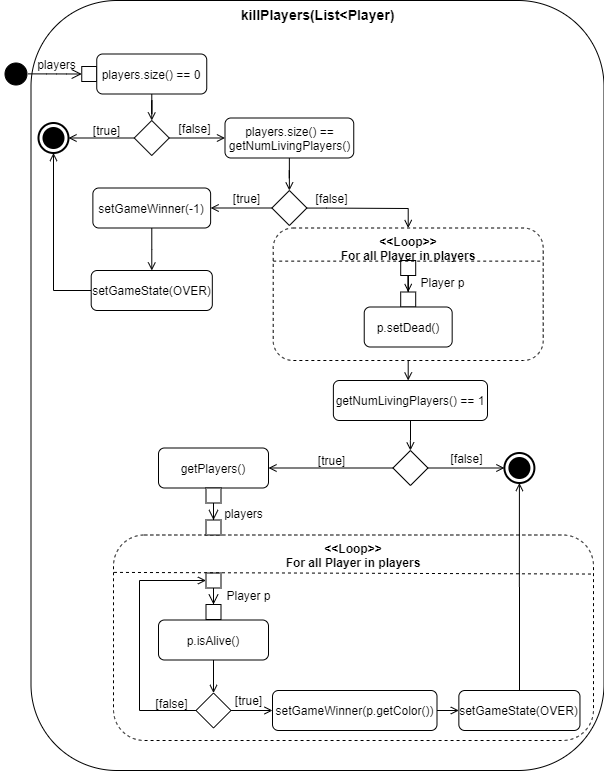
This is Doku/images/AD_killPlayers.png from KjellooMelloo/gameoftrons, a draw.io export, as it was before one commit. Source tidied: cells renumbered, new cells last; positions are measured from the earlier drawing's top-left corner, leaving out a move shared by most shapes. Its diagram source:
```xml
<mxGraphModel>
  <root>
    <mxCell id="0" />
    <mxCell id="1" parent="0" />
    <mxCell id="2" value="&lt;b&gt;&lt;font style=&quot;font-size: 14px&quot;&gt;killPlayers(List&amp;lt;Player)&lt;/font&gt;&lt;/b&gt;" style="rounded=1;whiteSpace=wrap;html=1;align=center;verticalAlign=top;" parent="1" vertex="1">
      <mxGeometry x="29.5" width="573" height="770" as="geometry" />
    </mxCell>
    <mxCell id="3" value="&lt;b&gt;&amp;lt;&amp;lt;Loop&amp;gt;&amp;gt;&lt;br&gt;For all Player in players&lt;br&gt;&lt;/b&gt;" style="shape=ext;rounded=1;html=1;whiteSpace=wrap;dashed=1;verticalAlign=top;align=center;" parent="1" vertex="1">
      <mxGeometry x="112" y="534.5" width="480" height="205.5" as="geometry" />
    </mxCell>
    <mxCell id="4" value="&lt;b&gt;&amp;lt;&amp;lt;Loop&amp;gt;&amp;gt;&lt;br&gt;For all Player in players&lt;br&gt;&lt;/b&gt;" style="shape=ext;rounded=1;html=1;whiteSpace=wrap;dashed=1;verticalAlign=top;align=center;" parent="1" vertex="1">
      <mxGeometry x="271.7" y="227.5" width="270" height="132.5" as="geometry" />
    </mxCell>
    <mxCell id="5" style="ellipse;html=1;shape=startState;fillColor=#000000;strokeColor=#000000;align=center;" parent="1" vertex="1">
      <mxGeometry x="-0.5" y="58.5" width="30" height="30" as="geometry" />
    </mxCell>
    <mxCell id="6" style="edgeStyle=orthogonalEdgeStyle;html=1;verticalAlign=bottom;endArrow=open;endSize=8;strokeColor=#000000;exitX=0.909;exitY=0.496;exitDx=0;exitDy=0;exitPerimeter=0;entryX=0;entryY=0.5;entryDx=0;entryDy=0;" parent="1" edge="1" source="5" target="7">
      <mxGeometry relative="1" as="geometry" />
    </mxCell>
    <mxCell id="7" style="rounded=0;whiteSpace=wrap;html=1;strokeColor=#000000;align=center;" parent="1" vertex="1">
      <mxGeometry x="80.3" y="66" width="15" height="15" as="geometry" />
    </mxCell>
    <mxCell id="8" value="players" style="text;html=1;align=center;verticalAlign=middle;" parent="1" vertex="1">
      <mxGeometry x="29.5" y="53.5" width="50" height="20" as="geometry" />
    </mxCell>
    <mxCell id="9" style="edgeStyle=orthogonalEdgeStyle;rounded=0;jettySize=auto;html=1;entryX=0.5;entryY=0;entryDx=0;entryDy=0;endArrow=open;endFill=0;" parent="1" edge="1" source="10" target="13">
      <mxGeometry relative="1" as="geometry" />
    </mxCell>
    <mxCell id="10" value="players.size() == 0" style="shape=rect;html=1;rounded=1;whiteSpace=wrap;align=center;" parent="1" vertex="1">
      <mxGeometry x="95.2" y="53.5" width="110" height="40" as="geometry" />
    </mxCell>
    <mxCell id="11" style="edgeStyle=orthogonalEdgeStyle;rounded=0;jettySize=auto;html=1;entryX=1;entryY=0.5;entryDx=0;entryDy=0;entryPerimeter=0;endArrow=open;endFill=0;" parent="1" edge="1" source="13" target="14">
      <mxGeometry relative="1" as="geometry" />
    </mxCell>
    <mxCell id="12" style="edgeStyle=orthogonalEdgeStyle;rounded=0;jettySize=auto;html=1;entryX=0;entryY=0.5;entryDx=0;entryDy=0;endArrow=open;endFill=0;" parent="1" edge="1" source="13" target="17">
      <mxGeometry relative="1" as="geometry" />
    </mxCell>
    <mxCell id="13" style="rhombus;whiteSpace=wrap;html=1;strokeColor=#000000;align=center;" parent="1" vertex="1">
      <mxGeometry x="132.8" y="120" width="35" height="35" as="geometry" />
    </mxCell>
    <mxCell id="14" style="html=1;shape=mxgraph.sysml.actFinal;strokeWidth=2;verticalLabelPosition=bottom;verticalAlignment=top;align=center;" parent="1" vertex="1">
      <mxGeometry x="37" y="122.5" width="30" height="30" as="geometry" />
    </mxCell>
    <mxCell id="15" value="[true]" style="text;html=1;align=center;verticalAlign=middle;" parent="1" vertex="1">
      <mxGeometry x="84.5" y="120" width="40" height="20" as="geometry" />
    </mxCell>
    <mxCell id="16" style="edgeStyle=orthogonalEdgeStyle;rounded=0;jettySize=auto;html=1;entryX=0.5;entryY=0;entryDx=0;entryDy=0;endArrow=open;endFill=0;" parent="1" edge="1" source="17" target="21">
      <mxGeometry relative="1" as="geometry" />
    </mxCell>
    <mxCell id="17" value="players.size() == getNumLivingPlayers()" style="shape=rect;html=1;rounded=1;whiteSpace=wrap;align=center;" parent="1" vertex="1">
      <mxGeometry x="223.5" y="117.5" width="128.8" height="40" as="geometry" />
    </mxCell>
    <mxCell id="18" value="[false]" style="text;html=1;align=center;verticalAlign=middle;" parent="1" vertex="1">
      <mxGeometry x="167.8" y="117.5" width="50" height="20" as="geometry" />
    </mxCell>
    <mxCell id="19" style="edgeStyle=orthogonalEdgeStyle;rounded=0;jettySize=auto;html=1;entryX=1;entryY=0.5;entryDx=0;entryDy=0;endArrow=open;endFill=0;" parent="1" edge="1" source="21" target="23">
      <mxGeometry relative="1" as="geometry" />
    </mxCell>
    <mxCell id="20" style="edgeStyle=orthogonalEdgeStyle;rounded=0;jettySize=auto;html=1;entryX=0.5;entryY=0;entryDx=0;entryDy=0;endArrow=open;endFill=0;" parent="1" edge="1" source="21" target="4">
      <mxGeometry relative="1" as="geometry">
        <Array as="points">
          <mxPoint x="325" y="208" />
          <mxPoint x="417" y="208" />
        </Array>
      </mxGeometry>
    </mxCell>
    <mxCell id="21" style="rhombus;whiteSpace=wrap;html=1;strokeColor=#000000;align=center;" parent="1" vertex="1">
      <mxGeometry x="270.4" y="190" width="35" height="35" as="geometry" />
    </mxCell>
    <mxCell id="22" style="edgeStyle=orthogonalEdgeStyle;rounded=0;jettySize=auto;html=1;endArrow=open;endFill=0;" parent="1" edge="1" source="23" target="25">
      <mxGeometry relative="1" as="geometry" />
    </mxCell>
    <mxCell id="23" value="setGameWinner(-1)" style="shape=rect;html=1;rounded=1;whiteSpace=wrap;align=center;" parent="1" vertex="1">
      <mxGeometry x="91.4" y="187.5" width="117.8" height="40" as="geometry" />
    </mxCell>
    <mxCell id="24" style="edgeStyle=orthogonalEdgeStyle;rounded=0;jettySize=auto;html=1;entryX=0.5;entryY=1;entryDx=0;entryDy=0;entryPerimeter=0;endArrow=open;endFill=0;" parent="1" edge="1" source="25" target="14">
      <mxGeometry relative="1" as="geometry" />
    </mxCell>
    <mxCell id="25" value="setGameState(OVER)" style="shape=rect;html=1;rounded=1;whiteSpace=wrap;align=center;" parent="1" vertex="1">
      <mxGeometry x="89.7" y="270" width="121.1" height="40" as="geometry" />
    </mxCell>
    <mxCell id="26" value="[true]" style="text;html=1;align=center;verticalAlign=middle;" parent="1" vertex="1">
      <mxGeometry x="224.5" y="187.5" width="40" height="20" as="geometry" />
    </mxCell>
    <mxCell id="27" value="[false]" style="text;html=1;align=center;verticalAlign=middle;" parent="1" vertex="1">
      <mxGeometry x="305.4" y="187.5" width="50" height="20" as="geometry" />
    </mxCell>
    <mxCell id="28" style="edgeStyle=orthogonalEdgeStyle;rounded=0;jettySize=auto;html=1;endArrow=open;endFill=0;" parent="1" edge="1" source="29" target="30">
      <mxGeometry relative="1" as="geometry" />
    </mxCell>
    <mxCell id="29" style="rounded=0;whiteSpace=wrap;html=1;strokeColor=#000000;align=center;" parent="1" vertex="1">
      <mxGeometry x="399.2" y="260" width="15" height="15" as="geometry" />
    </mxCell>
    <mxCell id="30" style="rounded=0;whiteSpace=wrap;html=1;strokeColor=#000000;align=center;" parent="1" vertex="1">
      <mxGeometry x="399.2" y="291.5" width="15" height="15" as="geometry" />
    </mxCell>
    <mxCell id="31" value="Player p" style="text;html=1;align=center;verticalAlign=middle;" parent="1" vertex="1">
      <mxGeometry x="411.3" y="271.5" width="60" height="20" as="geometry" />
    </mxCell>
    <mxCell id="32" style="edgeStyle=orthogonalEdgeStyle;rounded=0;jettySize=auto;html=1;endArrow=open;endFill=0;exitX=0.5;exitY=1;exitDx=0;exitDy=0;" parent="1" edge="1" source="4">
      <mxGeometry relative="1" as="geometry">
        <mxPoint x="406.7" y="380" as="targetPoint" />
      </mxGeometry>
    </mxCell>
    <mxCell id="33" value="p.setDead()" style="shape=rect;html=1;rounded=1;whiteSpace=wrap;align=center;" parent="1" vertex="1">
      <mxGeometry x="362.7" y="306.5" width="87.9" height="40" as="geometry" />
    </mxCell>
    <mxCell id="34" style="edgeStyle=orthogonalEdgeStyle;rounded=0;orthogonalLoop=1;jettySize=auto;html=1;exitX=0.5;exitY=1;exitDx=0;exitDy=0;endArrow=open;endFill=0;" parent="1" edge="1" source="17" target="17">
      <mxGeometry relative="1" as="geometry" />
    </mxCell>
    <mxCell id="35" style="edgeStyle=orthogonalEdgeStyle;rounded=0;jettySize=auto;html=1;entryX=0.5;entryY=0;entryDx=0;entryDy=0;endArrow=open;endFill=0;" parent="1" edge="1" source="36" target="38">
      <mxGeometry relative="1" as="geometry" />
    </mxCell>
    <mxCell id="36" value="getNumLivingPlayers() == 1" style="shape=rect;html=1;rounded=1;whiteSpace=wrap;align=center;" parent="1" vertex="1">
      <mxGeometry x="331.9" y="380" width="154.1" height="40" as="geometry" />
    </mxCell>
    <mxCell id="37" style="edgeStyle=orthogonalEdgeStyle;rounded=0;jettySize=auto;html=1;entryX=0;entryY=0.5;entryDx=0;entryDy=0;entryPerimeter=0;endArrow=open;endFill=0;" parent="1" edge="1" source="38" target="59">
      <mxGeometry relative="1" as="geometry" />
    </mxCell>
    <mxCell id="38" style="rhombus;whiteSpace=wrap;html=1;strokeColor=#000000;align=center;" parent="1" vertex="1">
      <mxGeometry x="391.4" y="450" width="35" height="35" as="geometry" />
    </mxCell>
    <mxCell id="39" style="edgeStyle=orthogonalEdgeStyle;rounded=0;jettySize=auto;html=1;entryX=1;entryY=0.5;entryDx=0;entryDy=0;endArrow=open;endFill=0;exitX=0;exitY=0.5;exitDx=0;exitDy=0;" parent="1" edge="1" source="38" target="45">
      <mxGeometry relative="1" as="geometry" />
    </mxCell>
    <mxCell id="40" style="edgeStyle=orthogonalEdgeStyle;rounded=0;jettySize=auto;html=1;endArrow=open;endFill=0;" parent="1" edge="1" source="41" target="43">
      <mxGeometry relative="1" as="geometry" />
    </mxCell>
    <mxCell id="41" value="setGameWinner(p.getColor())" style="shape=rect;html=1;rounded=1;whiteSpace=wrap;align=center;" parent="1" vertex="1">
      <mxGeometry x="271" y="690" width="164.5" height="40" as="geometry" />
    </mxCell>
    <mxCell id="42" style="edgeStyle=orthogonalEdgeStyle;rounded=0;jettySize=auto;html=1;entryX=0.5;entryY=1;entryDx=0;entryDy=0;entryPerimeter=0;endArrow=open;endFill=0;" parent="1" edge="1" source="43" target="59">
      <mxGeometry relative="1" as="geometry" />
    </mxCell>
    <mxCell id="43" value="setGameState(OVER)" style="shape=rect;html=1;rounded=1;whiteSpace=wrap;align=center;" parent="1" vertex="1">
      <mxGeometry x="457.4" y="690" width="121.1" height="40" as="geometry" />
    </mxCell>
    <mxCell id="44" value="[true]" style="text;html=1;align=center;verticalAlign=middle;" parent="1" vertex="1">
      <mxGeometry x="310.4" y="450" width="40" height="20" as="geometry" />
    </mxCell>
    <mxCell id="45" value="getPlayers()" style="shape=rect;html=1;rounded=1;whiteSpace=wrap;align=center;" parent="1" vertex="1">
      <mxGeometry x="157" y="447.5" width="110" height="40" as="geometry" />
    </mxCell>
    <mxCell id="46" style="edgeStyle=orthogonalEdgeStyle;rounded=0;jettySize=auto;html=1;entryX=0.5;entryY=0;entryDx=0;entryDy=0;endArrow=open;endFill=0;" parent="1" edge="1" source="47" target="58">
      <mxGeometry relative="1" as="geometry" />
    </mxCell>
    <mxCell id="47" value="p.isAlive()" style="shape=rect;html=1;rounded=1;whiteSpace=wrap;align=center;" parent="1" vertex="1">
      <mxGeometry x="157" y="619.5" width="110" height="40" as="geometry" />
    </mxCell>
    <mxCell id="48" style="edgeStyle=orthogonalEdgeStyle;rounded=0;jettySize=auto;html=1;endArrow=open;endFill=0;endSize=8;strokeColor=#000000;exitX=0.5;exitY=1;exitDx=0;exitDy=0;" parent="1" edge="1" source="49" target="50">
      <mxGeometry relative="1" as="geometry" />
    </mxCell>
    <mxCell id="49" style="rounded=0;whiteSpace=wrap;html=1;strokeColor=#000000;align=center;" parent="1" vertex="1">
      <mxGeometry x="204.5" y="487.5" width="15" height="15" as="geometry" />
    </mxCell>
    <mxCell id="50" style="rounded=0;whiteSpace=wrap;html=1;strokeColor=#000000;align=center;" parent="1" vertex="1">
      <mxGeometry x="204.5" y="519.5" width="15" height="15" as="geometry" />
    </mxCell>
    <mxCell id="51" value="players" style="text;html=1;align=center;verticalAlign=middle;" parent="1" vertex="1">
      <mxGeometry x="217" y="502.5" width="50" height="20" as="geometry" />
    </mxCell>
    <mxCell id="52" style="edgeStyle=orthogonalEdgeStyle;rounded=0;jettySize=auto;html=1;endArrow=open;endFill=0;endSize=8;strokeColor=#000000;" parent="1" edge="1" source="53" target="54">
      <mxGeometry relative="1" as="geometry" />
    </mxCell>
    <mxCell id="53" style="rounded=0;whiteSpace=wrap;html=1;strokeColor=#000000;align=center;" parent="1" vertex="1">
      <mxGeometry x="204.5" y="572.5" width="15" height="15" as="geometry" />
    </mxCell>
    <mxCell id="54" style="rounded=0;whiteSpace=wrap;html=1;strokeColor=#000000;align=center;" parent="1" vertex="1">
      <mxGeometry x="204.5" y="604" width="15" height="15" as="geometry" />
    </mxCell>
    <mxCell id="55" value="Player p" style="text;html=1;align=center;verticalAlign=middle;" parent="1" vertex="1">
      <mxGeometry x="217" y="585" width="60" height="20" as="geometry" />
    </mxCell>
    <mxCell id="56" style="edgeStyle=orthogonalEdgeStyle;rounded=0;jettySize=auto;html=1;entryX=0;entryY=0.5;entryDx=0;entryDy=0;endArrow=open;endFill=0;exitX=0;exitY=0.5;exitDx=0;exitDy=0;" parent="1" edge="1" source="58" target="53">
      <mxGeometry relative="1" as="geometry">
        <Array as="points">
          <mxPoint x="138" y="710" />
          <mxPoint x="138" y="580" />
        </Array>
      </mxGeometry>
    </mxCell>
    <mxCell id="57" style="edgeStyle=orthogonalEdgeStyle;rounded=0;jettySize=auto;html=1;entryX=0;entryY=0.5;entryDx=0;entryDy=0;endArrow=open;endFill=0;" parent="1" edge="1" source="58" target="41">
      <mxGeometry relative="1" as="geometry" />
    </mxCell>
    <mxCell id="58" style="rhombus;whiteSpace=wrap;html=1;strokeColor=#000000;align=center;" parent="1" vertex="1">
      <mxGeometry x="194.5" y="692.5" width="35" height="35" as="geometry" />
    </mxCell>
    <mxCell id="59" style="html=1;shape=mxgraph.sysml.actFinal;strokeWidth=2;verticalLabelPosition=bottom;verticalAlignment=top;align=center;" parent="1" vertex="1">
      <mxGeometry x="502.9" y="452.5" width="30" height="30" as="geometry" />
    </mxCell>
    <mxCell id="60" value="[false]" style="text;html=1;align=center;verticalAlign=middle;" parent="1" vertex="1">
      <mxGeometry x="439.5" y="447.5" width="50" height="20" as="geometry" />
    </mxCell>
    <mxCell id="61" value="[false]" style="text;html=1;align=center;verticalAlign=middle;" parent="1" vertex="1">
      <mxGeometry x="144.5" y="692.5" width="50" height="20" as="geometry" />
    </mxCell>
    <mxCell id="62" value="[true]" style="text;html=1;align=center;verticalAlign=middle;" parent="1" vertex="1">
      <mxGeometry x="227" y="690" width="40" height="20" as="geometry" />
    </mxCell>
    <mxCell id="63" style="endArrow=none;dashed=1;html=1;exitX=0;exitY=0.25;exitDx=0;exitDy=0;entryX=1;entryY=0.25;entryDx=0;entryDy=0;" parent="1" edge="1" source="4" target="4">
      <mxGeometry relative="1" as="geometry" />
    </mxCell>
    <mxCell id="64" style="endArrow=none;dashed=1;html=1;exitX=0.001;exitY=0.182;exitDx=0;exitDy=0;entryX=1.001;entryY=0.19;entryDx=0;entryDy=0;exitPerimeter=0;entryPerimeter=0;" parent="1" edge="1" source="3" target="3">
      <mxGeometry relative="1" as="geometry" />
    </mxCell>
  </root>
</mxGraphModel>
```
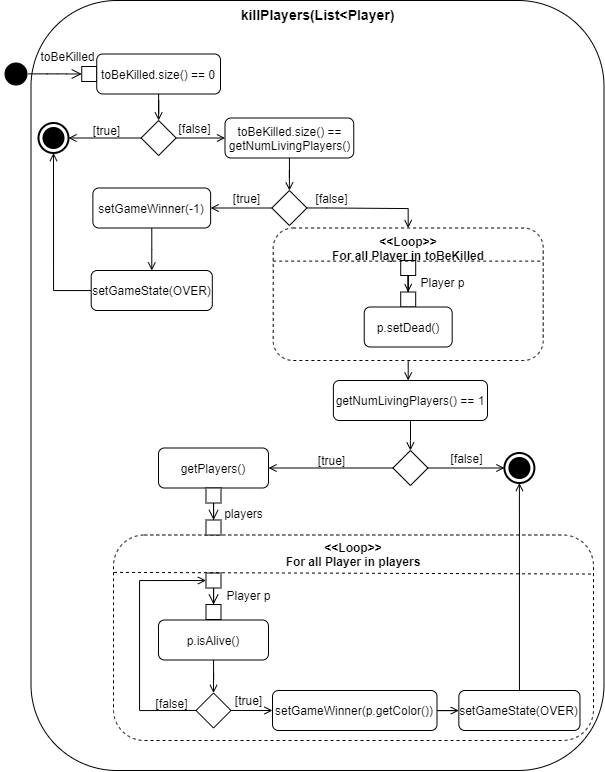
The same file after the commit.

Commit message:
implemented updatePlayers incl. checkForCollision, movePlayer, killPlayers, getNumLivingPlayers. renamed setGameState to setGameOver. updated param names in ADs

Diff of the diagram source:
```diff
@@ -8,7 +8,7 @@
     <mxCell id="3" value="&lt;b&gt;&amp;lt;&amp;lt;Loop&amp;gt;&amp;gt;&lt;br&gt;For all Player in players&lt;br&gt;&lt;/b&gt;" style="shape=ext;rounded=1;html=1;whiteSpace=wrap;dashed=1;verticalAlign=top;align=center;" parent="1" vertex="1">
       <mxGeometry x="112" y="534.5" width="480" height="205.5" as="geometry" />
     </mxCell>
-    <mxCell id="4" value="&lt;b&gt;&amp;lt;&amp;lt;Loop&amp;gt;&amp;gt;&lt;br&gt;For all Player in players&lt;br&gt;&lt;/b&gt;" style="shape=ext;rounded=1;html=1;whiteSpace=wrap;dashed=1;verticalAlign=top;align=center;" parent="1" vertex="1">
+    <mxCell id="4" value="&lt;b&gt;&amp;lt;&amp;lt;Loop&amp;gt;&amp;gt;&lt;br&gt;For all Player in&amp;nbsp;&lt;/b&gt;&lt;span style=&quot;white-space: nowrap&quot;&gt;&lt;b&gt;toBeKilled&lt;/b&gt;&lt;/span&gt;&lt;b&gt;&lt;br&gt;&lt;/b&gt;" style="shape=ext;rounded=1;html=1;whiteSpace=wrap;dashed=1;verticalAlign=top;align=center;" parent="1" vertex="1">
       <mxGeometry x="271.7" y="227.5" width="270" height="132.5" as="geometry" />
     </mxCell>
     <mxCell id="5" style="ellipse;html=1;shape=startState;fillColor=#000000;strokeColor=#000000;align=center;" parent="1" vertex="1">
@@ -20,14 +20,14 @@
     <mxCell id="7" style="rounded=0;whiteSpace=wrap;html=1;strokeColor=#000000;align=center;" parent="1" vertex="1">
       <mxGeometry x="80.3" y="66" width="15" height="15" as="geometry" />
     </mxCell>
-    <mxCell id="8" value="players" style="text;html=1;align=center;verticalAlign=middle;" parent="1" vertex="1">
-      <mxGeometry x="29.5" y="53.5" width="50" height="20" as="geometry" />
+    <mxCell id="8" value="toBeKilled" style="text;html=1;align=center;verticalAlign=middle;" parent="1" vertex="1">
+      <mxGeometry x="31.5" y="46" width="70" height="20" as="geometry" />
     </mxCell>
     <mxCell id="9" style="edgeStyle=orthogonalEdgeStyle;rounded=0;jettySize=auto;html=1;entryX=0.5;entryY=0;entryDx=0;entryDy=0;endArrow=open;endFill=0;" parent="1" edge="1" source="10" target="13">
       <mxGeometry relative="1" as="geometry" />
     </mxCell>
-    <mxCell id="10" value="players.size() == 0" style="shape=rect;html=1;rounded=1;whiteSpace=wrap;align=center;" parent="1" vertex="1">
-      <mxGeometry x="95.2" y="53.5" width="110" height="40" as="geometry" />
+    <mxCell id="10" value="&lt;span style=&quot;white-space: nowrap&quot;&gt;toBeKilled&lt;/span&gt;.size() == 0" style="shape=rect;html=1;rounded=1;whiteSpace=wrap;align=center;" parent="1" vertex="1">
+      <mxGeometry x="95.2" y="53.5" width="123.8" height="40" as="geometry" />
     </mxCell>
     <mxCell id="11" style="edgeStyle=orthogonalEdgeStyle;rounded=0;jettySize=auto;html=1;entryX=1;entryY=0.5;entryDx=0;entryDy=0;entryPerimeter=0;endArrow=open;endFill=0;" parent="1" edge="1" source="13" target="14">
       <mxGeometry relative="1" as="geometry" />
@@ -36,7 +36,7 @@
       <mxGeometry relative="1" as="geometry" />
     </mxCell>
     <mxCell id="13" style="rhombus;whiteSpace=wrap;html=1;strokeColor=#000000;align=center;" parent="1" vertex="1">
-      <mxGeometry x="132.8" y="120" width="35" height="35" as="geometry" />
+      <mxGeometry x="139.6" y="120" width="35" height="35" as="geometry" />
     </mxCell>
     <mxCell id="14" style="html=1;shape=mxgraph.sysml.actFinal;strokeWidth=2;verticalLabelPosition=bottom;verticalAlignment=top;align=center;" parent="1" vertex="1">
       <mxGeometry x="37" y="122.5" width="30" height="30" as="geometry" />
@@ -47,7 +47,7 @@
     <mxCell id="16" style="edgeStyle=orthogonalEdgeStyle;rounded=0;jettySize=auto;html=1;entryX=0.5;entryY=0;entryDx=0;entryDy=0;endArrow=open;endFill=0;" parent="1" edge="1" source="17" target="21">
       <mxGeometry relative="1" as="geometry" />
     </mxCell>
-    <mxCell id="17" value="players.size() == getNumLivingPlayers()" style="shape=rect;html=1;rounded=1;whiteSpace=wrap;align=center;" parent="1" vertex="1">
+    <mxCell id="17" value="&lt;span style=&quot;white-space: nowrap&quot;&gt;toBeKilled&lt;/span&gt;.size() == getNumLivingPlayers()" style="shape=rect;html=1;rounded=1;whiteSpace=wrap;align=center;" parent="1" vertex="1">
       <mxGeometry x="223.5" y="117.5" width="128.8" height="40" as="geometry" />
     </mxCell>
     <mxCell id="18" value="[false]" style="text;html=1;align=center;verticalAlign=middle;" parent="1" vertex="1">
```
